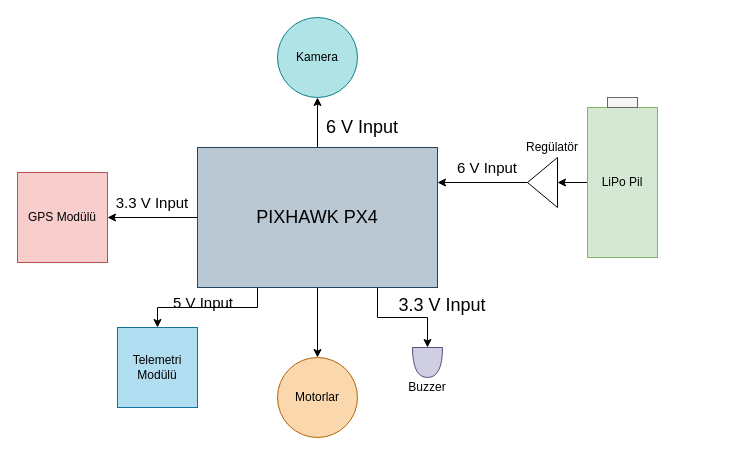
This is Model Satellite Diagrams/Untitled Diagram.drawio from mthaasen/My-Diagrams, a draw.io file, before an edit. Source tidied: cells renumbered, new cells numbered last; positions are measured from the earlier drawing's top-left corner, leaving out a move shared by most shapes. Both pictures are drawn from the tidied source at 100%, with x=0, y=0 at pixel (17, 17).
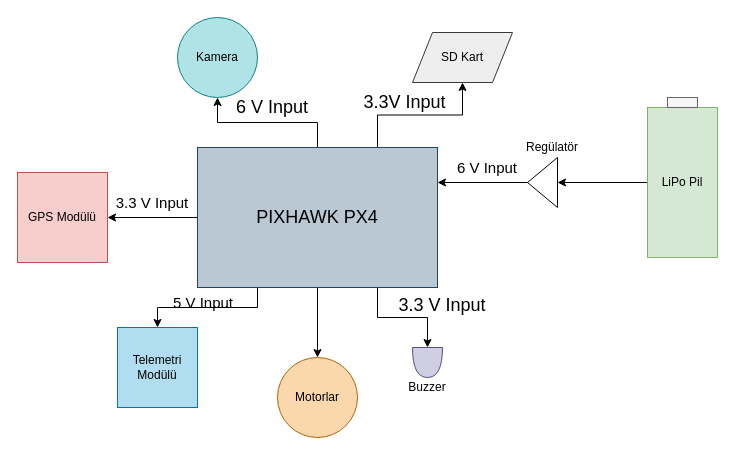
Above is the later version.

The change refers to these unchanged cells:
```xml
<mxCell id="7" value="&lt;font style=&quot;font-size: 18px&quot;&gt;PIXHAWK PX4&lt;/font&gt;" style="rounded=0;whiteSpace=wrap;html=1;fillColor=#bac8d3;strokeColor=#23445d;" parent="1" vertex="1">
  <mxGeometry x="180" y="130" width="240" height="140" as="geometry" />
</mxCell>
```

What changed in the source:
```diff
@@
+    <mxCell id="26" style="edgeStyle=orthogonalEdgeStyle;rounded=0;jettySize=auto;html=1;exitX=0.75;exitY=0;exitDx=0;exitDy=0;entryX=0.5;entryY=1;entryDx=0;entryDy=0;" parent="1" edge="1" source="7" target="27">
+      <mxGeometry relative="1" as="geometry" />
+    </mxCell>
@@
     <mxCell id="11" value="LiPo Pil" style="rounded=0;whiteSpace=wrap;html=1;fillColor=#d5e8d4;strokeColor=#82b366;" parent="1" vertex="1">
-      <mxGeometry x="570" y="90" width="70" height="150" as="geometry" />
+      <mxGeometry x="630" y="90" width="70" height="150" as="geometry" />
     </mxCell>
     <mxCell id="12" style="rounded=0;whiteSpace=wrap;html=1;fillColor=#f5f5f5;strokeColor=#666666;fontColor=#333333;" parent="1" vertex="1">
-      <mxGeometry x="590" y="80" width="30" height="10" as="geometry" />
+      <mxGeometry x="650" y="80" width="30" height="10" as="geometry" />
     </mxCell>
@@
     <mxCell id="17" value="&lt;font style=&quot;font-size: 12px&quot;&gt;Kamera&lt;/font&gt;" style="ellipse;whiteSpace=wrap;html=1;fillColor=#b0e3e6;strokeColor=#0e8088;" parent="1" vertex="1">
-      <mxGeometry x="260" width="80" height="80" as="geometry" />
+      <mxGeometry x="160" width="80" height="80" as="geometry" />
     </mxCell>
     <mxCell id="18" value="&lt;font style=&quot;font-size: 18px&quot;&gt;6 V Input&lt;/font&gt;" style="text;html=1;strokeColor=none;fillColor=none;align=center;verticalAlign=middle;whiteSpace=wrap;rounded=0;" parent="1" vertex="1">
-      <mxGeometry x="300" y="100" width="90" height="20" as="geometry" />
+      <mxGeometry x="210" y="80" width="90" height="20" as="geometry" />
     </mxCell>
@@
+    <mxCell id="27" value="SD Kart" style="shape=parallelogram;perimeter=parallelogramPerimeter;whiteSpace=wrap;html=1;fixedSize=1;fillColor=#eeeeee;strokeColor=#36393d;" parent="1" vertex="1">
+      <mxGeometry x="395" y="15" width="100" height="50" as="geometry" />
+    </mxCell>
+    <mxCell id="28" value="&lt;font style=&quot;font-size: 18px&quot;&gt;3.3V Input&lt;/font&gt;" style="text;html=1;strokeColor=none;fillColor=none;align=center;verticalAlign=middle;whiteSpace=wrap;rounded=0;" parent="1" vertex="1">
+      <mxGeometry x="330" y="75" width="115" height="20" as="geometry" />
+    </mxCell>
```
